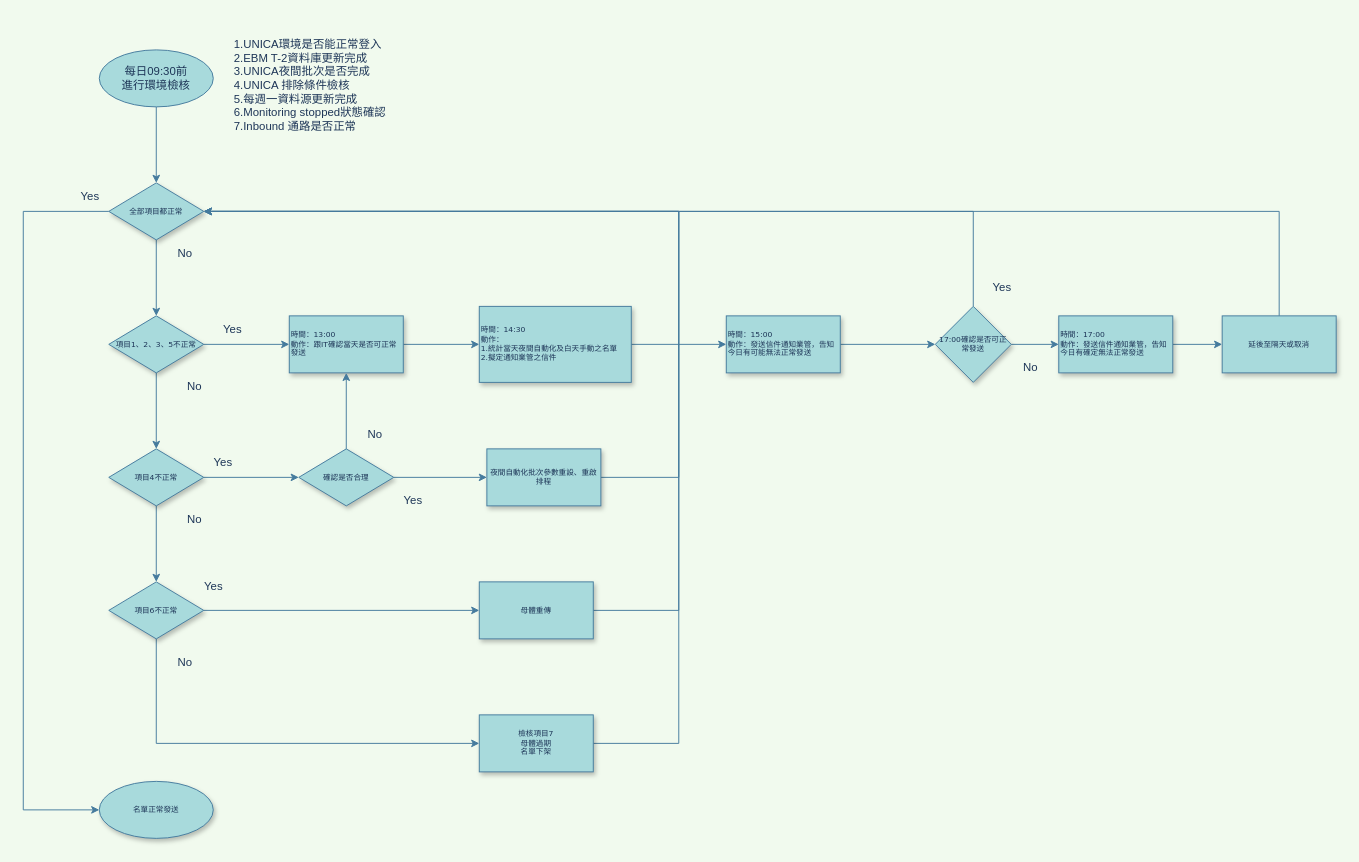
Earlier version of the draw.io diagram 未命名圖表.drawio (colin03564/drawio). Source tidied: cells renumbered, new cells numbered last; positions are measured from the earlier drawing's top-left corner, leaving out a move shared by most shapes. Both pictures are drawn from the tidied source at 95%, with x=0, y=0 at pixel (23, 16).
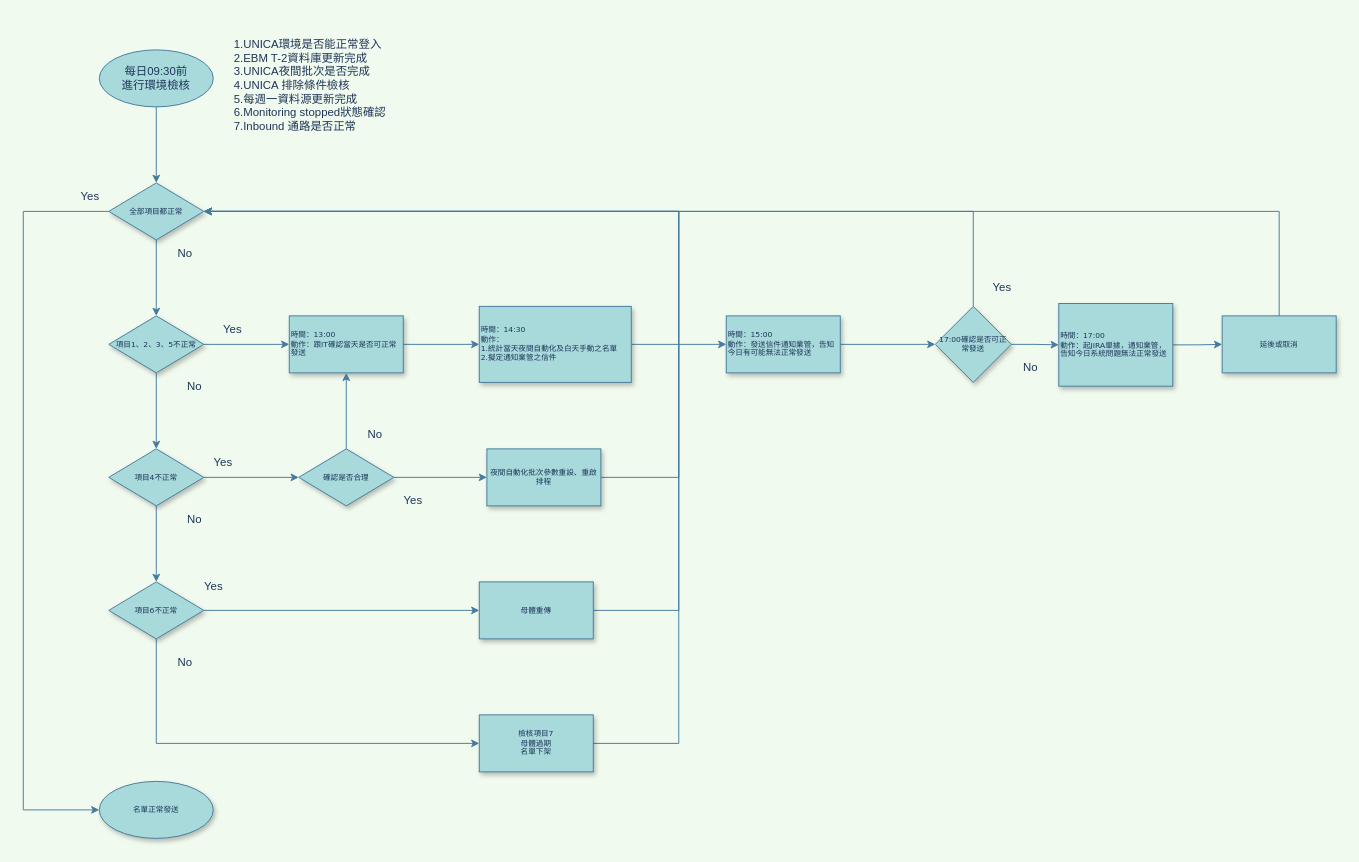
The same page after the edit.

Commit message:
更新未命名圖表.drawio

Change to the diagram source:
```diff
@@
-    <mxCell id="31" value="&lt;div&gt;&lt;span style=&quot;font-size: 8px;&quot;&gt;時間：17:00&lt;/span&gt;&lt;/div&gt;&lt;div&gt;&lt;span style=&quot;font-size: 8px;&quot;&gt;動作：發送信件通知業管，告知今日有確定無法正常發送&lt;/span&gt;&lt;/div&gt;" style="whiteSpace=wrap;html=1;fontSize=8;fontFamily=Verdana;align=left;rounded=0;shadow=1;labelBackgroundColor=none;strokeWidth=1;fillColor=#A8DADC;strokeColor=#457B9D;fontColor=#1D3557;" parent="1" vertex="1">
-      <mxGeometry x="1090" y="315" width="120" height="60" as="geometry" />
+    <mxCell id="31" value="&lt;div&gt;&lt;span style=&quot;font-size: 8px;&quot;&gt;時間：17:00&lt;/span&gt;&lt;/div&gt;&lt;div&gt;&lt;span style=&quot;font-size: 8px;&quot;&gt;動作：起JIRA單據，通知業管，告知今日系統問題無法正常發送&lt;/span&gt;&lt;/div&gt;" style="whiteSpace=wrap;html=1;fontSize=8;fontFamily=Verdana;align=left;rounded=0;shadow=1;labelBackgroundColor=none;strokeWidth=1;fillColor=#A8DADC;strokeColor=#457B9D;fontColor=#1D3557;" parent="1" vertex="1">
+      <mxGeometry x="1090" y="302" width="120" height="87" as="geometry" />
     </mxCell>
@@
-    <mxCell id="37" value="延後至隔天或取消" style="whiteSpace=wrap;html=1;fontSize=8;fontFamily=Verdana;align=center;rounded=0;shadow=1;labelBackgroundColor=none;strokeWidth=1;fillColor=#A8DADC;strokeColor=#457B9D;fontColor=#1D3557;" parent="1" vertex="1">
+    <mxCell id="37" value="延後或取消" style="whiteSpace=wrap;html=1;fontSize=8;fontFamily=Verdana;align=center;rounded=0;shadow=1;labelBackgroundColor=none;strokeWidth=1;fillColor=#A8DADC;strokeColor=#457B9D;fontColor=#1D3557;" parent="1" vertex="1">
       <mxGeometry x="1262" y="315" width="120" height="60" as="geometry" />
     </mxCell>
```
